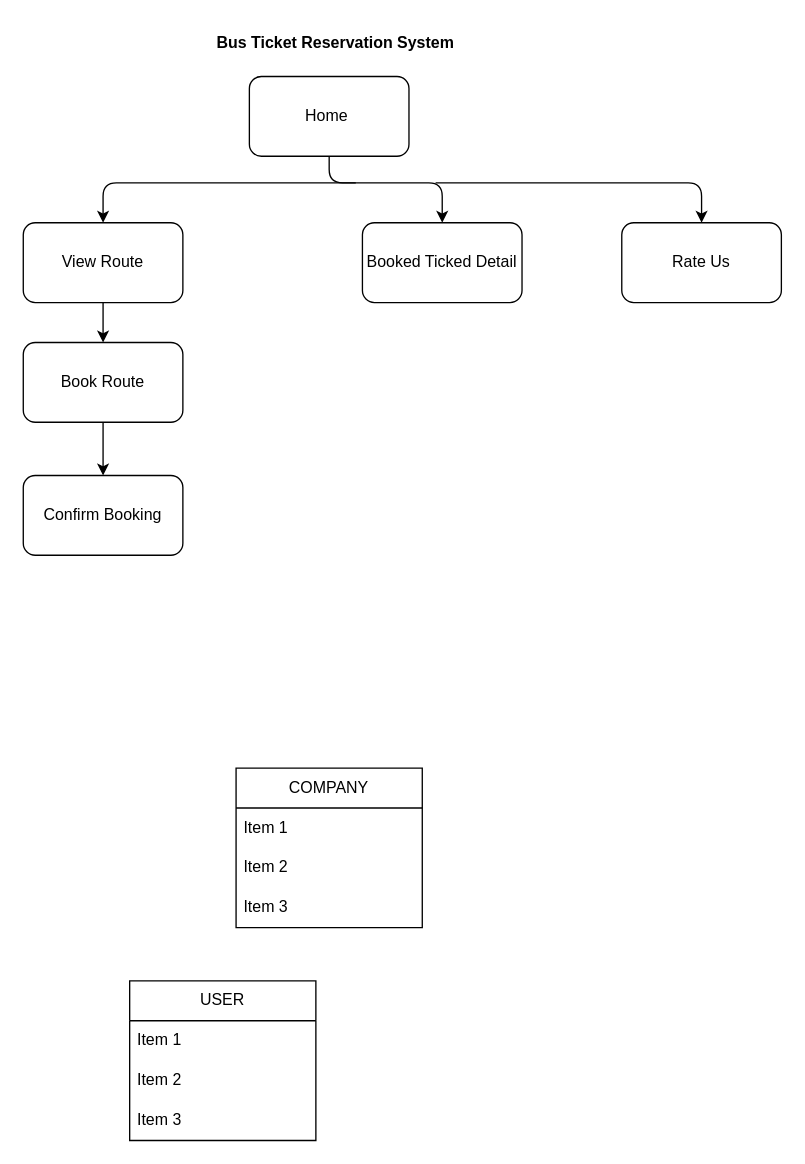
Earlier version of the draw.io diagram SYSTEM_DESIGN/sitemap.dio (CoodeNoob/Yoshida_express). Source tidied: cells renumbered, new cells numbered last; positions are measured from the earlier drawing's top-left corner, leaving out a move shared by most shapes. Both pictures are drawn from the tidied source at 133%, with x=0, y=0 at pixel (23, 23).
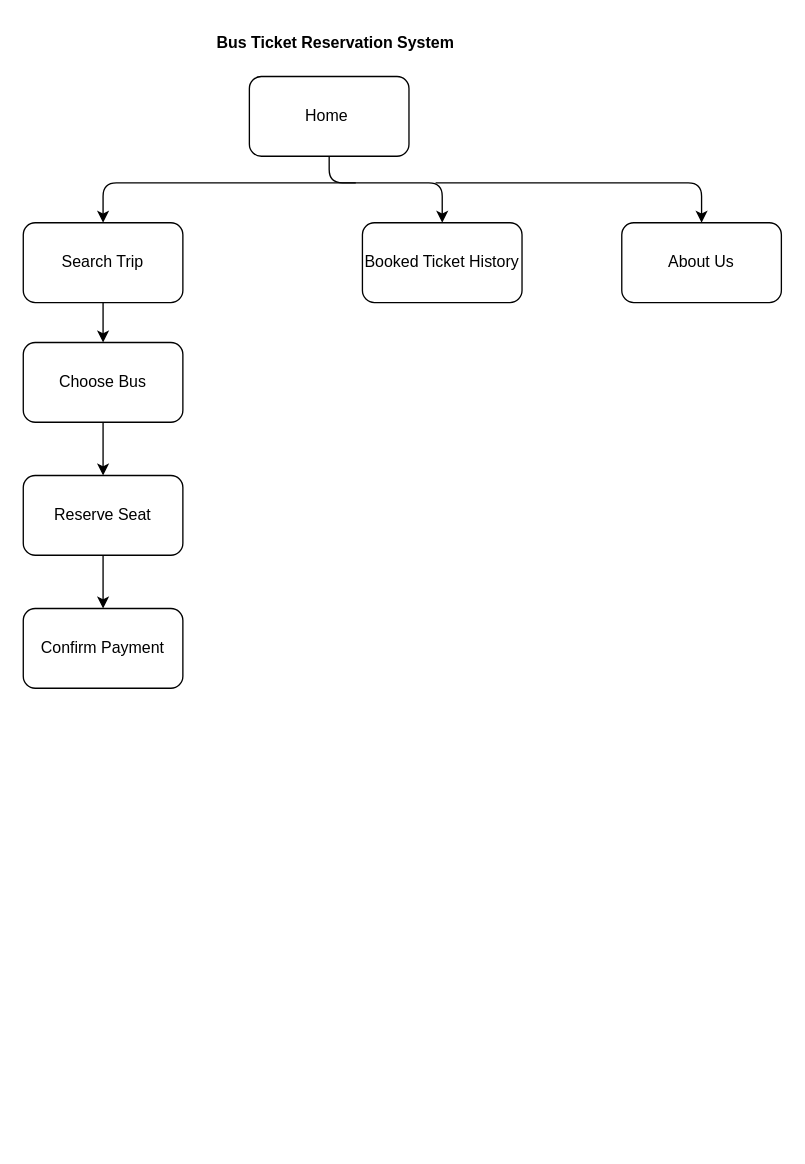
After the change.

The edit, as a diff of the source:
```diff
@@
-    <mxCell id="3" value="View Route" style="rounded=1;whiteSpace=wrap;html=1;" parent="1" vertex="1">
+    <mxCell id="3" value="Search Trip" style="rounded=1;whiteSpace=wrap;html=1;" parent="1" vertex="1">
       <mxGeometry y="150" width="120" height="60" as="geometry" />
     </mxCell>
-    <mxCell id="4" value="Book Route" style="rounded=1;whiteSpace=wrap;html=1;" parent="1" vertex="1">
+    <mxCell id="4" value="Choose Bus" style="rounded=1;whiteSpace=wrap;html=1;" parent="1" vertex="1">
       <mxGeometry y="240" width="120" height="60" as="geometry" />
     </mxCell>
-    <mxCell id="5" value="Booked Ticked Detail" style="rounded=1;whiteSpace=wrap;html=1;" parent="1" vertex="1">
+    <mxCell id="5" value="Booked Ticket History" style="rounded=1;whiteSpace=wrap;html=1;" parent="1" vertex="1">
       <mxGeometry x="255" y="150" width="120" height="60" as="geometry" />
     </mxCell>
@@
-    <mxCell id="10" value="Confirm Booking" style="rounded=1;whiteSpace=wrap;html=1;" parent="1" vertex="1">
+    <mxCell id="10" value="Reserve Seat" style="rounded=1;whiteSpace=wrap;html=1;" parent="1" vertex="1">
       <mxGeometry y="340" width="120" height="60" as="geometry" />
     </mxCell>
@@
-    <mxCell id="12" value="Rate Us" style="rounded=1;whiteSpace=wrap;html=1;" parent="1" vertex="1">
+    <mxCell id="12" value="About Us" style="rounded=1;whiteSpace=wrap;html=1;" parent="1" vertex="1">
       <mxGeometry x="450" y="150" width="120" height="60" as="geometry" />
     </mxCell>
@@
-    <mxCell id="14" value="COMPANY" style="swimlane;fontStyle=0;horizontal=1;startSize=30;whiteSpace=wrap;html=1;" parent="1" vertex="1">
-      <mxGeometry x="160" y="560" width="140" height="120" as="geometry" />
-    </mxCell>
-    <mxCell id="15" value="Item 1" style="text;strokeColor=none;fillColor=none;align=left;verticalAlign=middle;spacingLeft=4;spacingRight=4;overflow=hidden;whiteSpace=wrap;html=1;" parent="14" vertex="1">
-      <mxGeometry y="30" width="140" height="30" as="geometry" />
-    </mxCell>
-    <mxCell id="16" value="Item 2" style="text;strokeColor=none;fillColor=none;align=left;verticalAlign=middle;spacingLeft=4;spacingRight=4;overflow=hidden;whiteSpace=wrap;html=1;" parent="14" vertex="1">
-      <mxGeometry y="60" width="140" height="30" as="geometry" />
-    </mxCell>
-    <mxCell id="17" value="Item 3" style="text;strokeColor=none;fillColor=none;align=left;verticalAlign=middle;spacingLeft=4;spacingRight=4;overflow=hidden;whiteSpace=wrap;html=1;" parent="14" vertex="1">
-      <mxGeometry y="90" width="140" height="30" as="geometry" />
-    </mxCell>
-    <mxCell id="18" value="USER" style="swimlane;fontStyle=0;horizontal=1;startSize=30;whiteSpace=wrap;html=1;" parent="1" vertex="1">
-      <mxGeometry x="80" y="720" width="140" height="120" as="geometry" />
-    </mxCell>
-    <mxCell id="19" value="Item 1" style="text;strokeColor=none;fillColor=none;align=left;verticalAlign=middle;spacingLeft=4;spacingRight=4;overflow=hidden;whiteSpace=wrap;html=1;" parent="18" vertex="1">
-      <mxGeometry y="30" width="140" height="30" as="geometry" />
-    </mxCell>
-    <mxCell id="20" value="Item 2" style="text;strokeColor=none;fillColor=none;align=left;verticalAlign=middle;spacingLeft=4;spacingRight=4;overflow=hidden;whiteSpace=wrap;html=1;" parent="18" vertex="1">
-      <mxGeometry y="60" width="140" height="30" as="geometry" />
-    </mxCell>
-    <mxCell id="21" value="Item 3" style="text;strokeColor=none;fillColor=none;align=left;verticalAlign=middle;spacingLeft=4;spacingRight=4;overflow=hidden;points=[[0,0.5],[1,0.5]];portConstraint=eastwest;whiteSpace=wrap;html=1;" parent="18" vertex="1">
-      <mxGeometry y="90" width="140" height="30" as="geometry" />
+    <mxCell id="21" value="Confirm Payment" style="rounded=1;whiteSpace=wrap;html=1;" parent="1" vertex="1">
+      <mxGeometry y="440" width="120" height="60" as="geometry" />
     </mxCell>
+    <mxCell id="22" style="endArrow=classic;html=1;exitX=0.5;exitY=1;exitDx=0;exitDy=0;entryX=0.5;entryY=0;entryDx=0;entryDy=0;" parent="1" edge="1" source="10" target="21">
+      <mxGeometry relative="1" as="geometry" />
+    </mxCell>
```
